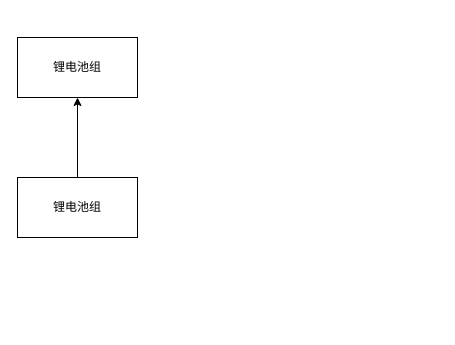
This is page "锂电池组" (1 of 2) of 全站仪电气图.drawio from wanghongsilver/DrawIo, a draw.io file, before an edit. Source tidied: cells renumbered, new cells numbered last; positions are measured from the earlier drawing's top-left corner, leaving out a move shared by most shapes. Both pictures are drawn from the tidied source at 100%, with x=0, y=0 at pixel (17, 37).
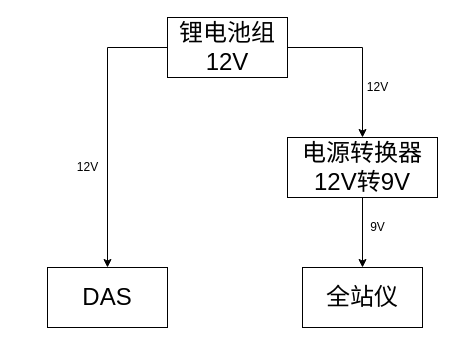
Above is the later version.

Commit message (it also covers changes not shown here):
更新全站仪电气图.drawio

The edit, as a diff of the source:
```diff
@@
 <mxGraphModel background="#ffffff">
   <root>
     <mxCell id="0" />
     <mxCell id="1" parent="0" />
-    <mxCell id="2" style="edgeStyle=orthogonalEdgeStyle;rounded=0;jettySize=auto;html=1;" parent="1" edge="1" source="3" target="4">
-      <mxGeometry relative="1" as="geometry" />
-    </mxCell>
+    <mxCell id="5" style="edgeStyle=orthogonalEdgeStyle;rounded=0;jettySize=auto;html=1;exitX=1;exitY=0.5;exitDx=0;exitDy=0;entryX=0.5;entryY=0;entryDx=0;entryDy=0;" parent="1" edge="1" source="3" target="8">
+      <mxGeometry relative="1" as="geometry" />
+    </mxCell>
+    <mxCell id="6" style="edgeStyle=orthogonalEdgeStyle;rounded=0;jettySize=auto;html=1;exitX=0;exitY=0.5;exitDx=0;exitDy=0;entryX=0.5;entryY=0;entryDx=0;entryDy=0;" parent="1" edge="1" source="3" target="9">
+      <mxGeometry relative="1" as="geometry" />
+    </mxCell>
-    <mxCell id="3" value="锂电池组" style="rounded=0;whiteSpace=wrap;html=1;" parent="1" vertex="1">
-      <mxGeometry y="140" width="120" height="60" as="geometry" />
+    <mxCell id="3" value="&lt;div&gt;&lt;font style=&quot;font-size: 24px&quot;&gt;锂电池组&lt;/font&gt;&lt;/div&gt;&lt;div&gt;&lt;font style=&quot;font-size: 24px&quot;&gt;12V&lt;br&gt;&lt;/font&gt;&lt;/div&gt;" style="rounded=0;whiteSpace=wrap;html=1;" parent="1" vertex="1">
+      <mxGeometry x="150" y="-20" width="120" height="60" as="geometry" />
     </mxCell>
-    <mxCell id="4" value="锂电池组" style="rounded=0;whiteSpace=wrap;html=1;" parent="1" vertex="1">
-      <mxGeometry width="120" height="60" as="geometry" />
+    <mxCell id="4" value="&lt;font style=&quot;font-size: 24px&quot;&gt;全站仪&lt;/font&gt;" style="rounded=0;whiteSpace=wrap;html=1;" parent="1" vertex="1">
+      <mxGeometry x="285" y="230" width="120" height="60" as="geometry" />
     </mxCell>
+    <mxCell id="7" style="edgeStyle=orthogonalEdgeStyle;rounded=0;jettySize=auto;html=1;exitX=0.5;exitY=1;exitDx=0;exitDy=0;entryX=0.5;entryY=0;entryDx=0;entryDy=0;" parent="1" edge="1" source="8" target="4">
+      <mxGeometry relative="1" as="geometry" />
+    </mxCell>
+    <mxCell id="8" value="&lt;div&gt;&lt;font style=&quot;font-size: 24px&quot;&gt;电源转换器12V转9V&lt;/font&gt;&lt;/div&gt;" style="rounded=0;whiteSpace=wrap;html=1;" parent="1" vertex="1">
+      <mxGeometry x="270" y="100" width="150" height="60" as="geometry" />
+    </mxCell>
+    <mxCell id="9" value="&lt;font style=&quot;font-size: 24px&quot;&gt;DAS&lt;/font&gt;" style="rounded=0;whiteSpace=wrap;html=1;" parent="1" vertex="1">
+      <mxGeometry x="30" y="230" width="120" height="60" as="geometry" />
+    </mxCell>
+    <mxCell id="10" value="12V" style="text;html=1;align=center;verticalAlign=middle;strokeColor=none;" parent="1" vertex="1">
+      <mxGeometry x="50" y="120" width="40" height="20" as="geometry" />
+    </mxCell>
+    <mxCell id="11" value="12V" style="text;html=1;align=center;verticalAlign=middle;strokeColor=none;" parent="1" vertex="1">
+      <mxGeometry x="340" y="40" width="40" height="20" as="geometry" />
+    </mxCell>
+    <mxCell id="12" value="9V" style="text;html=1;align=center;verticalAlign=middle;strokeColor=none;" parent="1" vertex="1">
+      <mxGeometry x="345" y="180" width="30" height="20" as="geometry" />
+    </mxCell>
   </root>
 </mxGraphModel>
```
